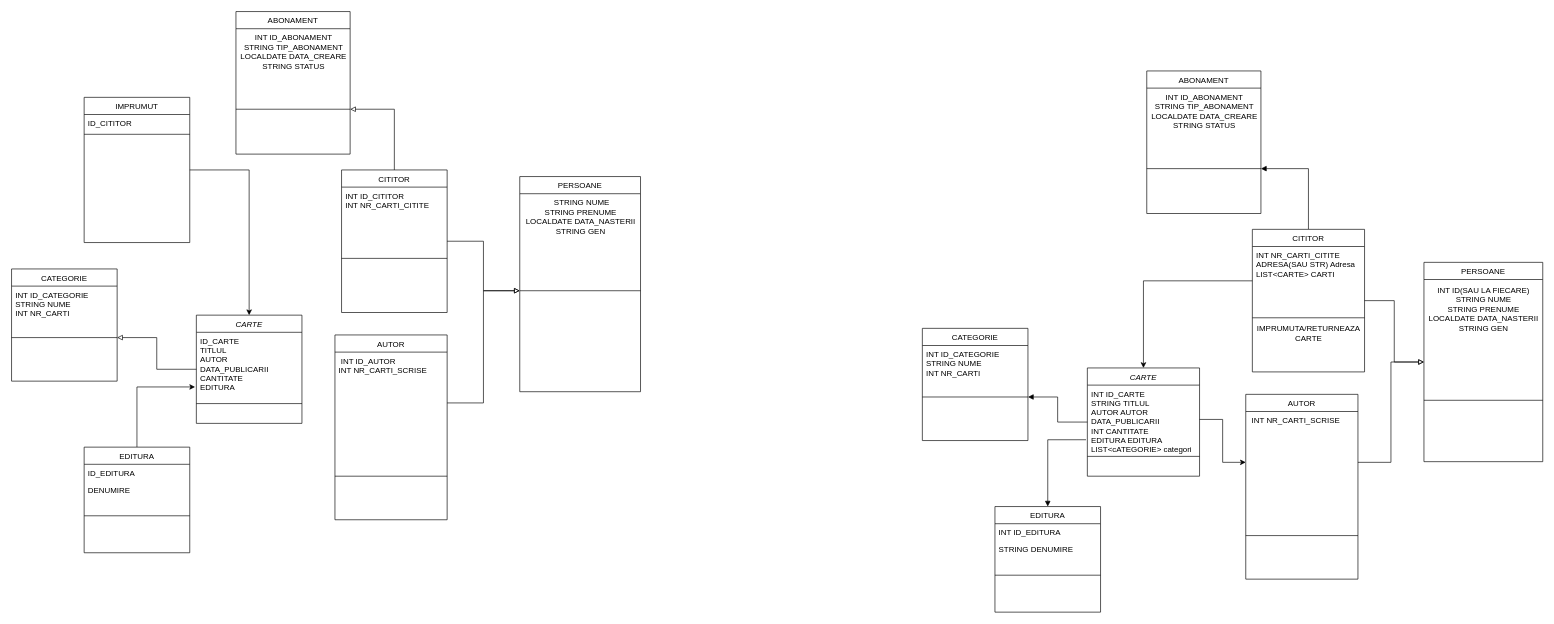
Earlier version of the draw.io diagram ANUL 2 SEM 2/Diagramă fără titlu.drawio (RobertaDiana/FMI-UNIBUC). Source tidied: cells renumbered, new cells numbered last; positions are measured from the earlier drawing's top-left corner, leaving out a move shared by most shapes. Both pictures are drawn from the tidied source at 66%, with x=0, y=0 at pixel (11, 11).
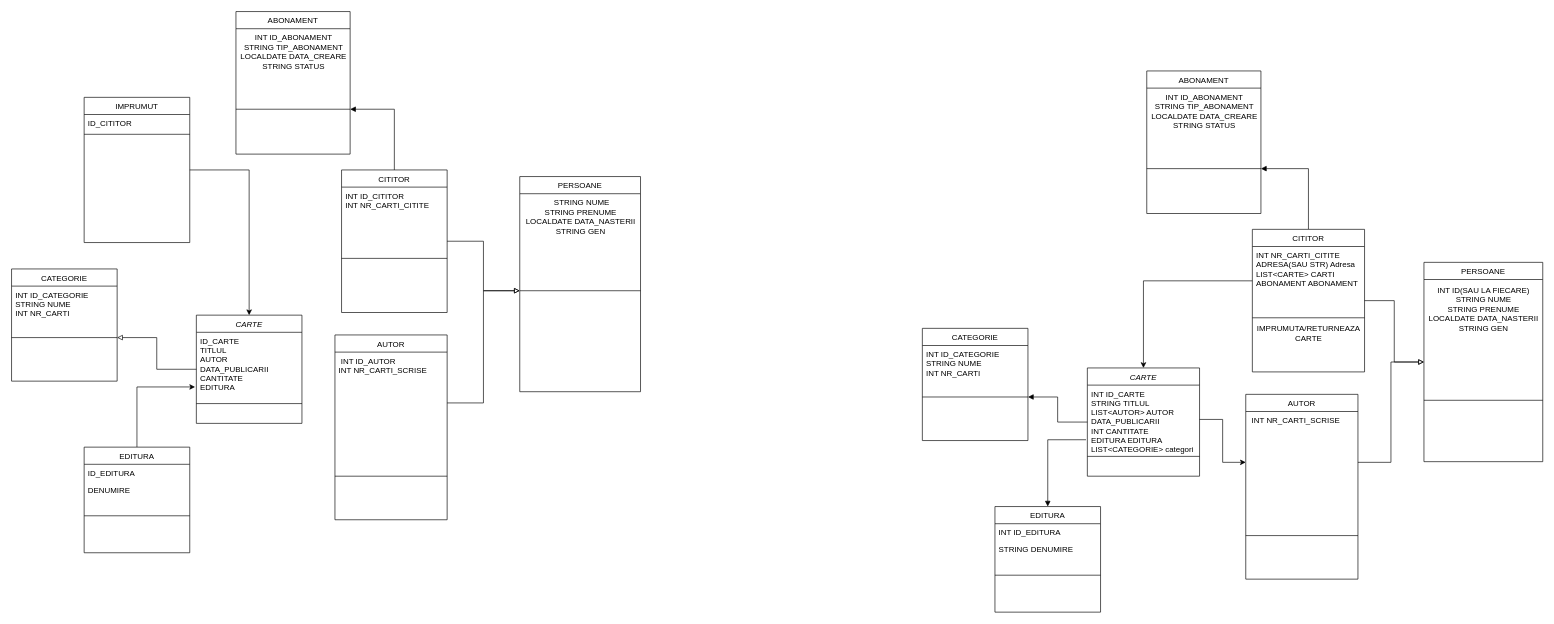
The same diagram, later.

The change refers to these unchanged cells:
```xml
<mxCell id="16" value="CITITOR" style="swimlane;fontStyle=0;align=center;verticalAlign=top;horizontal=1;startSize=26;rounded=0;shadow=0;strokeWidth=1;" parent="1" vertex="1">
  <mxGeometry x="500" y="240" width="160" height="216" as="geometry" />
</mxCell>
<mxCell id="25" style="line;html=1;strokeWidth=1;align=left;verticalAlign=middle;spacingTop=-1;spacingLeft=3;spacingRight=3;labelPosition=right;points=[];portConstraint=eastwest;" parent="23" vertex="1">
  <mxGeometry y="96" width="173" height="104" as="geometry" />
</mxCell>
<mxCell id="34" value="CARTE" style="swimlane;fontStyle=2;align=center;verticalAlign=top;horizontal=1;startSize=26;rounded=0;shadow=0;strokeWidth=1;" parent="1" vertex="1">
  <mxGeometry x="1630" y="540" width="170" height="164" as="geometry" />
</mxCell>
<mxCell id="47" value="CITITOR" style="swimlane;fontStyle=0;align=center;verticalAlign=top;horizontal=1;startSize=26;rounded=0;shadow=0;strokeWidth=1;" parent="1" vertex="1">
  <mxGeometry x="1880" y="330" width="170" height="216" as="geometry" />
</mxCell>
```

Diff of the diagram source:
```diff
@@
-    <mxCell id="15" style="edgeStyle=orthogonalEdgeStyle;rounded=0;jettySize=auto;html=1;endArrow=block;endFill=0;" parent="1" edge="1" source="16" target="25">
+    <mxCell id="15" style="edgeStyle=orthogonalEdgeStyle;rounded=0;jettySize=auto;html=1;endArrow=block;endFill=1;" parent="1" edge="1" source="16" target="25">
       <mxGeometry relative="1" as="geometry" />
     </mxCell>
@@
-    <mxCell id="35" value="INT ID_CARTE&#10;STRING TITLUL&#10;AUTOR AUTOR&#10;DATA_PUBLICARII&#10;INT CANTITATE&#10;EDITURA EDITURA&#10;LIST&lt;cATEGORIE&gt; categori&#10;" style="text;align=left;verticalAlign=top;spacingLeft=4;spacingRight=4;overflow=hidden;points=[[0,0.5],[1,0.5]];portConstraint=eastwest;rounded=0;shadow=0;html=0;" parent="34" vertex="1">
+    <mxCell id="35" value="INT ID_CARTE&#10;STRING TITLUL&#10;LIST&lt;AUTOR&gt; AUTOR&#10;DATA_PUBLICARII&#10;INT CANTITATE&#10;EDITURA EDITURA&#10;LIST&lt;CATEGORIE&gt; categori&#10;" style="text;align=left;verticalAlign=top;spacingLeft=4;spacingRight=4;overflow=hidden;points=[[0,0.5],[1,0.5]];portConstraint=eastwest;rounded=0;shadow=0;html=0;" parent="34" vertex="1">
       <mxGeometry y="26" width="170" height="104" as="geometry" />
     </mxCell>
@@
-    <mxCell id="48" value="INT NR_CARTI_CITITE&#10;ADRESA(SAU STR) Adresa&#10;LIST&lt;CARTE&gt; CARTI&#10;" style="text;align=left;verticalAlign=top;spacingLeft=4;spacingRight=4;overflow=hidden;points=[[0,0.5],[1,0.5]];portConstraint=eastwest;" parent="47" vertex="1">
+    <mxCell id="48" value="INT NR_CARTI_CITITE&#10;ADRESA(SAU STR) Adresa&#10;LIST&lt;CARTE&gt; CARTI&#10;ABONAMENT ABONAMENT&#10;" style="text;align=left;verticalAlign=top;spacingLeft=4;spacingRight=4;overflow=hidden;points=[[0,0.5],[1,0.5]];portConstraint=eastwest;" parent="47" vertex="1">
       <mxGeometry y="26" width="170" height="104" as="geometry" />
     </mxCell>
```
